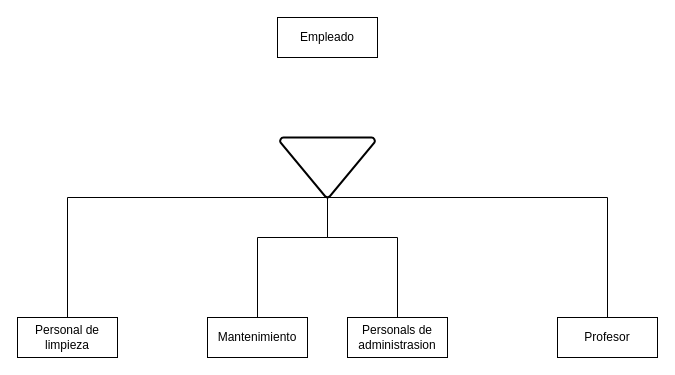
Before: Unidad1/Tareas/Tarea 8/Untitled Diagram.drawio in JVC0/Base-Datos, a draw.io diagram. Source tidied: cells renumbered, new cells numbered last; positions are measured from the earlier drawing's top-left corner, leaving out a move shared by most shapes. Both pictures are drawn from the tidied source at 100%, with x=0, y=0 at pixel (17, 17).
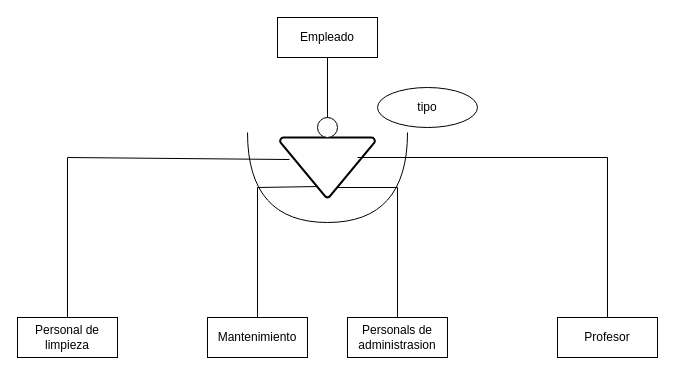
The same diagram, later.

The change refers to these unchanged cells:
```xml
<mxCell id="2" value="Empleado" style="whiteSpace=wrap;html=1;align=center;" parent="1" vertex="1">
  <mxGeometry x="260" width="100" height="40" as="geometry" />
</mxCell>
<mxCell id="3" value="Profesor" style="whiteSpace=wrap;html=1;align=center;" parent="1" vertex="1">
  <mxGeometry x="540" y="300" width="100" height="40" as="geometry" />
</mxCell>
<mxCell id="4" value="&lt;div&gt;Personals de administrasion&lt;/div&gt;" style="whiteSpace=wrap;html=1;align=center;" parent="1" vertex="1">
  <mxGeometry x="330" y="300" width="100" height="40" as="geometry" />
</mxCell>
<mxCell id="5" value="Personal de limpieza" style="whiteSpace=wrap;html=1;align=center;" parent="1" vertex="1">
  <mxGeometry y="300" width="100" height="40" as="geometry" />
</mxCell>
<mxCell id="6" value="Mantenimiento" style="whiteSpace=wrap;html=1;align=center;" parent="1" vertex="1">
  <mxGeometry x="190" y="300" width="100" height="40" as="geometry" />
</mxCell>
<mxCell id="11" style="strokeWidth=2;html=1;shape=mxgraph.flowchart.merge_or_storage;whiteSpace=wrap;" parent="1" vertex="1">
  <mxGeometry x="262.5" y="120" width="95" height="60" as="geometry" />
</mxCell>
```

Change to the diagram source:
```diff
@@
-    <mxCell id="7" style="endArrow=none;html=1;rounded=0;exitX=0.5;exitY=0;exitDx=0;exitDy=0;" parent="1" edge="1" source="6">
-      <mxGeometry relative="1" as="geometry">
-        <mxPoint x="310" y="150" as="targetPoint" />
-        <Array as="points">
-          <mxPoint x="240" y="220" />
-          <mxPoint x="310" y="220" />
-          <mxPoint x="310" y="180" />
-        </Array>
-      </mxGeometry>
-    </mxCell>
-    <mxCell id="8" style="endArrow=none;html=1;rounded=0;exitX=0.5;exitY=0;exitDx=0;exitDy=0;entryX=0.5;entryY=1;entryDx=0;entryDy=0;entryPerimeter=0;" parent="1" edge="1" source="4" target="11">
-      <mxGeometry relative="1" as="geometry">
-        <Array as="points">
-          <mxPoint x="380" y="220" />
-          <mxPoint x="310" y="220" />
-        </Array>
-      </mxGeometry>
-    </mxCell>
-    <mxCell id="9" style="endArrow=none;html=1;rounded=0;exitX=0.5;exitY=0;exitDx=0;exitDy=0;entryX=0.5;entryY=1;entryDx=0;entryDy=0;entryPerimeter=0;" parent="1" edge="1" source="3" target="11">
-      <mxGeometry relative="1" as="geometry">
-        <Array as="points">
-          <mxPoint x="590" y="180" />
-          <mxPoint x="310" y="180" />
-        </Array>
-      </mxGeometry>
-    </mxCell>
-    <mxCell id="10" style="endArrow=none;html=1;rounded=0;exitX=0.5;exitY=0;exitDx=0;exitDy=0;entryX=0.5;entryY=1;entryDx=0;entryDy=0;entryPerimeter=0;" parent="1" edge="1" source="5" target="11">
-      <mxGeometry relative="1" as="geometry">
-        <Array as="points">
-          <mxPoint x="50" y="180" />
-        </Array>
-      </mxGeometry>
-    </mxCell>
@@
+    <mxCell id="12" style="verticalLabelPosition=bottom;verticalAlign=top;html=1;shape=mxgraph.flowchart.on-page_reference;" parent="1" vertex="1">
+      <mxGeometry x="300" y="100" width="20" height="20" as="geometry" />
+    </mxCell>
+    <mxCell id="13" style="endArrow=none;html=1;rounded=0;exitX=0.5;exitY=0;exitDx=0;exitDy=0;" parent="1" edge="1" source="4">
+      <mxGeometry relative="1" as="geometry">
+        <mxPoint x="320" y="170" as="targetPoint" />
+        <Array as="points">
+          <mxPoint x="380" y="170" />
+        </Array>
+      </mxGeometry>
+    </mxCell>
+    <mxCell id="14" style="endArrow=none;html=1;rounded=0;exitX=0.5;exitY=0;exitDx=0;exitDy=0;entryX=0.395;entryY=0.817;entryDx=0;entryDy=0;entryPerimeter=0;" parent="1" edge="1" source="6" target="11">
+      <mxGeometry relative="1" as="geometry">
+        <Array as="points">
+          <mxPoint x="240" y="170" />
+        </Array>
+      </mxGeometry>
+    </mxCell>
+    <mxCell id="15" style="endArrow=none;html=1;rounded=0;entryX=0.5;entryY=0;entryDx=0;entryDy=0;" parent="1" edge="1" target="3">
+      <mxGeometry relative="1" as="geometry">
+        <mxPoint x="340" y="140" as="sourcePoint" />
+        <Array as="points">
+          <mxPoint x="590" y="140" />
+        </Array>
+      </mxGeometry>
+    </mxCell>
+    <mxCell id="16" style="endArrow=none;html=1;rounded=0;entryX=0.5;entryY=0;entryDx=0;entryDy=0;exitX=0.1;exitY=0.367;exitDx=0;exitDy=0;exitPerimeter=0;" parent="1" edge="1" source="11" target="5">
+      <mxGeometry relative="1" as="geometry">
+        <Array as="points">
+          <mxPoint x="50" y="140" />
+        </Array>
+      </mxGeometry>
+    </mxCell>
+    <mxCell id="17" style="endArrow=none;html=1;rounded=0;entryX=0.5;entryY=1;entryDx=0;entryDy=0;exitX=0.5;exitY=0;exitDx=0;exitDy=0;exitPerimeter=0;" parent="1" edge="1" source="12" target="2">
+      <mxGeometry relative="1" as="geometry" />
+    </mxCell>
+    <mxCell id="18" value="&lt;div&gt;tipo&lt;/div&gt;" style="ellipse;whiteSpace=wrap;html=1;align=center;" parent="1" vertex="1">
+      <mxGeometry x="360" y="70" width="100" height="40" as="geometry" />
+    </mxCell>
+    <mxCell id="19" style="shape=requiredInterface;html=1;verticalLabelPosition=bottom;sketch=0;rotation=90;" parent="1" vertex="1">
+      <mxGeometry x="265" y="80" width="90" height="160" as="geometry" />
+    </mxCell>
```
